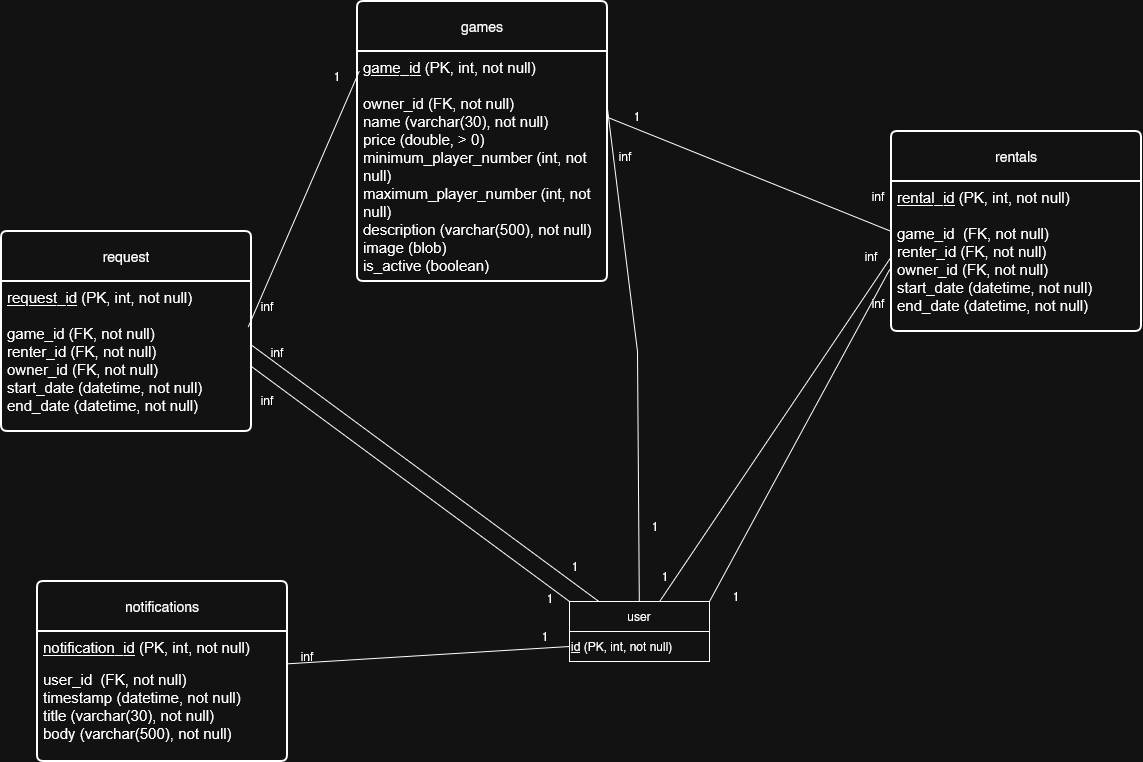
madabotos/UBB-SE-2026-PURECAFFEINE-meioai keeps this draw.io diagram as project-res/Database.png. Above is the earlier version. Source tidied: cells renumbered, new cells last; positions are measured from the earlier drawing's top-left corner, leaving out a move shared by most shapes.
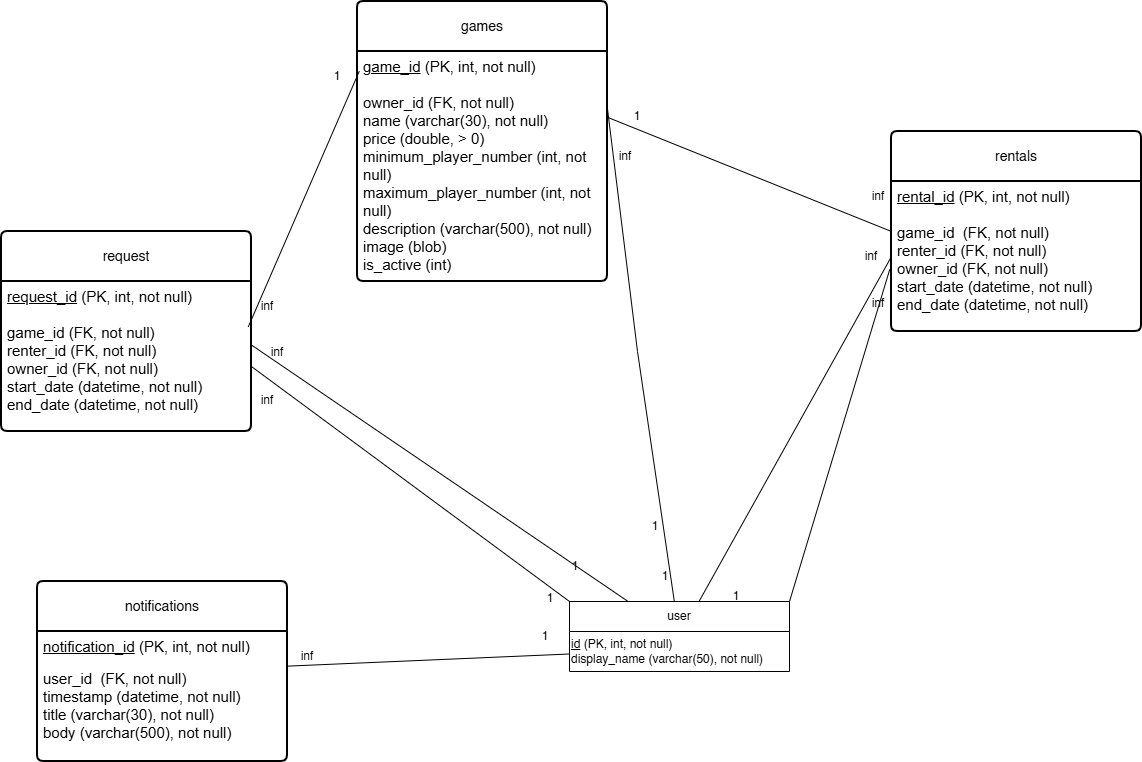
After the change.

Change to the diagram source:
```diff
@@ -5,7 +5,7 @@
     <mxCell id="2" value="games" style="swimlane;horizontal=1;startSize=50;rounded=1;fontSize=14;fontStyle=0;strokeWidth=2;shadow=0;dashed=0;align=center;arcSize=4;whiteSpace=wrap;html=1;" parent="1" vertex="1">
       <mxGeometry x="356" width="250" height="280" as="geometry" />
     </mxCell>
-    <mxCell id="3" value="&lt;p dir=&quot;ltr&quot; style=&quot;line-height: 1.2; margin-top: 0pt; margin-bottom: 0pt;&quot;&gt;&lt;span style=&quot;font-family: Arial, sans-serif; background-color: transparent; font-variant-numeric: normal; font-variant-east-asian: normal; font-variant-alternates: normal; font-variant-position: normal; font-variant-emoji: normal; vertical-align: baseline; white-space-collapse: preserve;&quot;&gt;&lt;font style=&quot;font-size: 15px;&quot;&gt;&lt;u&gt;game_id&lt;/u&gt; (PK, int, not null)&lt;/font&gt;&lt;/span&gt;&lt;/p&gt;&lt;p dir=&quot;ltr&quot; style=&quot;text-align: center; line-height: 1.2; margin-top: 0pt; margin-bottom: 0pt;&quot;&gt;&lt;span style=&quot;font-family: Arial, sans-serif; background-color: transparent; font-variant-numeric: normal; font-variant-east-asian: normal; font-variant-alternates: normal; font-variant-position: normal; font-variant-emoji: normal; vertical-align: baseline; white-space-collapse: preserve;&quot;&gt;&lt;font style=&quot;font-size: 15px;&quot;&gt;&lt;br&gt;&lt;/font&gt;&lt;/span&gt;&lt;/p&gt;&lt;p dir=&quot;ltr&quot; style=&quot;line-height: 1.2; margin-top: 0pt; margin-bottom: 0pt;&quot;&gt;&lt;span style=&quot;font-family: Arial, sans-serif; background-color: transparent; font-variant-numeric: normal; font-variant-east-asian: normal; font-variant-alternates: normal; font-variant-position: normal; font-variant-emoji: normal; vertical-align: baseline; white-space-collapse: preserve;&quot;&gt;&lt;font style=&quot;font-size: 15px;&quot;&gt;owner_id (FK, not null)                                              &lt;/font&gt;&lt;/span&gt;&lt;/p&gt;&lt;p dir=&quot;ltr&quot; style=&quot;line-height: 1.2; margin-top: 0pt; margin-bottom: 0pt;&quot;&gt;&lt;span style=&quot;font-family: Arial, sans-serif; background-color: transparent; font-variant-numeric: normal; font-variant-east-asian: normal; font-variant-alternates: normal; font-variant-position: normal; font-variant-emoji: normal; vertical-align: baseline; white-space-collapse: preserve;&quot;&gt;&lt;font style=&quot;font-size: 15px;&quot;&gt;name (varchar(30)&lt;/font&gt;&lt;/span&gt;&lt;span style=&quot;font-family: Arial, sans-serif; font-size: 15px; white-space-collapse: preserve; background-color: transparent; color: light-dark(rgb(0, 0, 0), rgb(255, 255, 255));&quot;&gt;, not null&lt;/span&gt;&lt;span style=&quot;font-size: 15px; background-color: transparent; font-family: Arial, sans-serif; white-space-collapse: preserve; color: light-dark(rgb(0, 0, 0), rgb(255, 255, 255));&quot;&gt;)&lt;/span&gt;&lt;/p&gt;&lt;p dir=&quot;ltr&quot; style=&quot;line-height: 1.2; margin-top: 0pt; margin-bottom: 0pt;&quot;&gt;&lt;span style=&quot;font-family: Arial, sans-serif; background-color: transparent; font-variant-numeric: normal; font-variant-east-asian: normal; font-variant-alternates: normal; font-variant-position: normal; font-variant-emoji: normal; vertical-align: baseline; white-space-collapse: preserve;&quot;&gt;&lt;font style=&quot;font-size: 15px;&quot;&gt;price (double, &amp;gt; 0)&lt;/font&gt;&lt;/span&gt;&lt;/p&gt;&lt;p dir=&quot;ltr&quot; style=&quot;line-height: 1.2; margin-top: 0pt; margin-bottom: 0pt;&quot;&gt;&lt;span style=&quot;font-size: 15px; background-color: transparent; font-family: Arial, sans-serif; white-space-collapse: preserve; color: light-dark(rgb(0, 0, 0), rgb(255, 255, 255));&quot;&gt;minimum_player_number (int, not null)&lt;/span&gt;&lt;/p&gt;&lt;p dir=&quot;ltr&quot; style=&quot;line-height: 1.2; margin-top: 0pt; margin-bottom: 0pt;&quot;&gt;&lt;span style=&quot;font-family: Arial, sans-serif; background-color: transparent; font-variant-numeric: normal; font-variant-east-asian: normal; font-variant-alternates: normal; font-variant-position: normal; font-variant-emoji: normal; vertical-align: baseline; white-space-collapse: preserve;&quot;&gt;&lt;font style=&quot;font-size: 15px;&quot;&gt;&lt;/font&gt;&lt;/span&gt;&lt;/p&gt;&lt;p dir=&quot;ltr&quot; style=&quot;line-height: 1.2; margin-top: 0pt; margin-bottom: 0pt;&quot;&gt;&lt;span style=&quot;font-family: Arial, sans-serif; background-color: transparent; font-variant-numeric: normal; font-variant-east-asian: normal; font-variant-alternates: normal; font-variant-position: normal; font-variant-emoji: normal; vertical-align: baseline; white-space-collapse: preserve;&quot;&gt;&lt;font style=&quot;font-size: 15px;&quot;&gt;maximum_player_number (int, not null)&lt;/font&gt;&lt;/span&gt;&lt;/p&gt;&lt;p dir=&quot;ltr&quot; style=&quot;line-height: 1.2; margin-top: 0pt; margin-bottom: 0pt;&quot;&gt;&lt;span style=&quot;font-family: Arial, sans-serif; background-color: transparent; font-variant-numeric: normal; font-variant-east-asian: normal; font-variant-alternates: normal; font-variant-position: normal; font-variant-emoji: normal; vertical-align: baseline; white-space-collapse: preserve;&quot;&gt;&lt;font style=&quot;font-size: 15px;&quot;&gt;description (varchar(500)&lt;/font&gt;&lt;/span&gt;&lt;span style=&quot;font-family: Arial, sans-serif; font-size: 15px; white-space-collapse: preserve; background-color: transparent; color: light-dark(rgb(0, 0, 0), rgb(255, 255, 255));&quot;&gt;, not null&lt;/span&gt;&lt;span style=&quot;font-size: 15px; background-color: transparent; font-family: Arial, sans-serif; white-space-collapse: preserve; color: light-dark(rgb(0, 0, 0), rgb(255, 255, 255));&quot;&gt;)&lt;/span&gt;&lt;/p&gt;&lt;p dir=&quot;ltr&quot; style=&quot;line-height: 1.2; margin-top: 0pt; margin-bottom: 0pt;&quot;&gt;&lt;span style=&quot;font-family: Arial, sans-serif; background-color: transparent; font-variant-numeric: normal; font-variant-east-asian: normal; font-variant-alternates: normal; font-variant-position: normal; font-variant-emoji: normal; vertical-align: baseline; white-space-collapse: preserve;&quot;&gt;&lt;font style=&quot;font-size: 15px;&quot;&gt;image (blob)&lt;/font&gt;&lt;/span&gt;&lt;/p&gt;&lt;p dir=&quot;ltr&quot; style=&quot;line-height: 1.2; margin-top: 0pt; margin-bottom: 0pt;&quot;&gt;&lt;span style=&quot;font-family: Arial, sans-serif; background-color: transparent; font-variant-numeric: normal; font-variant-east-asian: normal; font-variant-alternates: normal; font-variant-position: normal; font-variant-emoji: normal; vertical-align: baseline; white-space-collapse: preserve;&quot;&gt;&lt;font style=&quot;font-size: 15px;&quot;&gt;is_active (boolean)&lt;/font&gt;&lt;/span&gt;&lt;/p&gt;" style="align=left;strokeColor=none;fillColor=none;spacingLeft=4;spacingRight=4;fontSize=12;verticalAlign=top;html=1;whiteSpace=wrap;" parent="2" vertex="1">
+    <mxCell id="3" value="&lt;p dir=&quot;ltr&quot; style=&quot;line-height: 1.2; margin-top: 0pt; margin-bottom: 0pt;&quot;&gt;&lt;span style=&quot;font-family: Arial, sans-serif; background-color: transparent; font-variant-numeric: normal; font-variant-east-asian: normal; font-variant-alternates: normal; font-variant-position: normal; font-variant-emoji: normal; vertical-align: baseline; white-space-collapse: preserve;&quot;&gt;&lt;font style=&quot;font-size: 15px;&quot;&gt;&lt;u&gt;game_id&lt;/u&gt; (PK, int, not null)&lt;/font&gt;&lt;/span&gt;&lt;/p&gt;&lt;p dir=&quot;ltr&quot; style=&quot;text-align: center; line-height: 1.2; margin-top: 0pt; margin-bottom: 0pt;&quot;&gt;&lt;span style=&quot;font-family: Arial, sans-serif; background-color: transparent; font-variant-numeric: normal; font-variant-east-asian: normal; font-variant-alternates: normal; font-variant-position: normal; font-variant-emoji: normal; vertical-align: baseline; white-space-collapse: preserve;&quot;&gt;&lt;font style=&quot;font-size: 15px;&quot;&gt;&lt;br&gt;&lt;/font&gt;&lt;/span&gt;&lt;/p&gt;&lt;p dir=&quot;ltr&quot; style=&quot;line-height: 1.2; margin-top: 0pt; margin-bottom: 0pt;&quot;&gt;&lt;span style=&quot;font-family: Arial, sans-serif; background-color: transparent; font-variant-numeric: normal; font-variant-east-asian: normal; font-variant-alternates: normal; font-variant-position: normal; font-variant-emoji: normal; vertical-align: baseline; white-space-collapse: preserve;&quot;&gt;&lt;font style=&quot;font-size: 15px;&quot;&gt;owner_id (FK, not null)                                              &lt;/font&gt;&lt;/span&gt;&lt;/p&gt;&lt;p dir=&quot;ltr&quot; style=&quot;line-height: 1.2; margin-top: 0pt; margin-bottom: 0pt;&quot;&gt;&lt;span style=&quot;font-family: Arial, sans-serif; background-color: transparent; font-variant-numeric: normal; font-variant-east-asian: normal; font-variant-alternates: normal; font-variant-position: normal; font-variant-emoji: normal; vertical-align: baseline; white-space-collapse: preserve;&quot;&gt;&lt;font style=&quot;font-size: 15px;&quot;&gt;name (varchar(30)&lt;/font&gt;&lt;/span&gt;&lt;span style=&quot;font-family: Arial, sans-serif; font-size: 15px; white-space-collapse: preserve; background-color: transparent; color: light-dark(rgb(0, 0, 0), rgb(255, 255, 255));&quot;&gt;, not null&lt;/span&gt;&lt;span style=&quot;font-size: 15px; background-color: transparent; font-family: Arial, sans-serif; white-space-collapse: preserve; color: light-dark(rgb(0, 0, 0), rgb(255, 255, 255));&quot;&gt;)&lt;/span&gt;&lt;/p&gt;&lt;p dir=&quot;ltr&quot; style=&quot;line-height: 1.2; margin-top: 0pt; margin-bottom: 0pt;&quot;&gt;&lt;span style=&quot;font-family: Arial, sans-serif; background-color: transparent; font-variant-numeric: normal; font-variant-east-asian: normal; font-variant-alternates: normal; font-variant-position: normal; font-variant-emoji: normal; vertical-align: baseline; white-space-collapse: preserve;&quot;&gt;&lt;font style=&quot;font-size: 15px;&quot;&gt;price (double, &amp;gt; 0)&lt;/font&gt;&lt;/span&gt;&lt;/p&gt;&lt;p dir=&quot;ltr&quot; style=&quot;line-height: 1.2; margin-top: 0pt; margin-bottom: 0pt;&quot;&gt;&lt;span style=&quot;font-size: 15px; background-color: transparent; font-family: Arial, sans-serif; white-space-collapse: preserve; color: light-dark(rgb(0, 0, 0), rgb(255, 255, 255));&quot;&gt;minimum_player_number (int, not null)&lt;/span&gt;&lt;/p&gt;&lt;p dir=&quot;ltr&quot; style=&quot;line-height: 1.2; margin-top: 0pt; margin-bottom: 0pt;&quot;&gt;&lt;span style=&quot;font-family: Arial, sans-serif; background-color: transparent; font-variant-numeric: normal; font-variant-east-asian: normal; font-variant-alternates: normal; font-variant-position: normal; font-variant-emoji: normal; vertical-align: baseline; white-space-collapse: preserve;&quot;&gt;&lt;font style=&quot;font-size: 15px;&quot;&gt;&lt;/font&gt;&lt;/span&gt;&lt;/p&gt;&lt;p dir=&quot;ltr&quot; style=&quot;line-height: 1.2; margin-top: 0pt; margin-bottom: 0pt;&quot;&gt;&lt;span style=&quot;font-family: Arial, sans-serif; background-color: transparent; font-variant-numeric: normal; font-variant-east-asian: normal; font-variant-alternates: normal; font-variant-position: normal; font-variant-emoji: normal; vertical-align: baseline; white-space-collapse: preserve;&quot;&gt;&lt;font style=&quot;font-size: 15px;&quot;&gt;maximum_player_number (int, not null)&lt;/font&gt;&lt;/span&gt;&lt;/p&gt;&lt;p dir=&quot;ltr&quot; style=&quot;line-height: 1.2; margin-top: 0pt; margin-bottom: 0pt;&quot;&gt;&lt;span style=&quot;font-family: Arial, sans-serif; background-color: transparent; font-variant-numeric: normal; font-variant-east-asian: normal; font-variant-alternates: normal; font-variant-position: normal; font-variant-emoji: normal; vertical-align: baseline; white-space-collapse: preserve;&quot;&gt;&lt;font style=&quot;font-size: 15px;&quot;&gt;description (varchar(500)&lt;/font&gt;&lt;/span&gt;&lt;span style=&quot;font-family: Arial, sans-serif; font-size: 15px; white-space-collapse: preserve; background-color: transparent; color: light-dark(rgb(0, 0, 0), rgb(255, 255, 255));&quot;&gt;, not null&lt;/span&gt;&lt;span style=&quot;font-size: 15px; background-color: transparent; font-family: Arial, sans-serif; white-space-collapse: preserve; color: light-dark(rgb(0, 0, 0), rgb(255, 255, 255));&quot;&gt;)&lt;/span&gt;&lt;/p&gt;&lt;p dir=&quot;ltr&quot; style=&quot;line-height: 1.2; margin-top: 0pt; margin-bottom: 0pt;&quot;&gt;&lt;span style=&quot;font-family: Arial, sans-serif; background-color: transparent; font-variant-numeric: normal; font-variant-east-asian: normal; font-variant-alternates: normal; font-variant-position: normal; font-variant-emoji: normal; vertical-align: baseline; white-space-collapse: preserve;&quot;&gt;&lt;font style=&quot;font-size: 15px;&quot;&gt;image (blob)&lt;/font&gt;&lt;/span&gt;&lt;/p&gt;&lt;p dir=&quot;ltr&quot; style=&quot;line-height: 1.2; margin-top: 0pt; margin-bottom: 0pt;&quot;&gt;&lt;span style=&quot;font-family: Arial, sans-serif; background-color: transparent; font-variant-numeric: normal; font-variant-east-asian: normal; font-variant-alternates: normal; font-variant-position: normal; font-variant-emoji: normal; vertical-align: baseline; white-space-collapse: preserve;&quot;&gt;&lt;font style=&quot;font-size: 15px;&quot;&gt;is_active (int)&lt;/font&gt;&lt;/span&gt;&lt;/p&gt;" style="align=left;strokeColor=none;fillColor=none;spacingLeft=4;spacingRight=4;fontSize=12;verticalAlign=top;html=1;whiteSpace=wrap;" parent="2" vertex="1">
       <mxGeometry y="50" width="250" height="230" as="geometry" />
     </mxCell>
     <mxCell id="4" value="rentals" style="swimlane;horizontal=1;startSize=50;rounded=1;fontSize=14;fontStyle=0;strokeWidth=2;shadow=0;dashed=0;align=center;arcSize=4;whiteSpace=wrap;html=1;" parent="1" vertex="1">
@@ -45,10 +45,10 @@
       <mxGeometry x="236" y="290" width="60" height="30" as="geometry" />
     </mxCell>
     <mxCell id="16" value="user" style="swimlane;fontStyle=0;horizontal=1;startSize=30;whiteSpace=wrap;html=1;" parent="1" vertex="1">
-      <mxGeometry x="568" y="600" width="140" height="60" as="geometry" />
+      <mxGeometry x="568" y="600" width="220" height="70" as="geometry" />
     </mxCell>
-    <mxCell id="17" value="&lt;u&gt;id&lt;/u&gt; (PK, int, not null)" style="text;html=1;whiteSpace=wrap;strokeColor=none;fillColor=none;align=left;verticalAlign=middle;rounded=0;" parent="16" vertex="1">
-      <mxGeometry y="30" width="140" height="30" as="geometry" />
+    <mxCell id="17" value="&lt;u&gt;id&lt;/u&gt;&amp;nbsp;(PK, int, not null)&lt;br&gt;display_name (varchar(50), not null)" style="text;html=1;whiteSpace=wrap;strokeColor=none;fillColor=none;align=left;verticalAlign=middle;rounded=0;" parent="16" vertex="1">
+      <mxGeometry y="30" width="220" height="40" as="geometry" />
     </mxCell>
     <mxCell id="18" style="endArrow=none;html=1;rounded=0;exitX=1;exitY=0.567;exitDx=0;exitDy=0;exitPerimeter=0;entryX=0;entryY=0;entryDx=0;entryDy=0;" parent="1" edge="1" source="7" target="16">
       <mxGeometry relative="1" as="geometry" />
```
